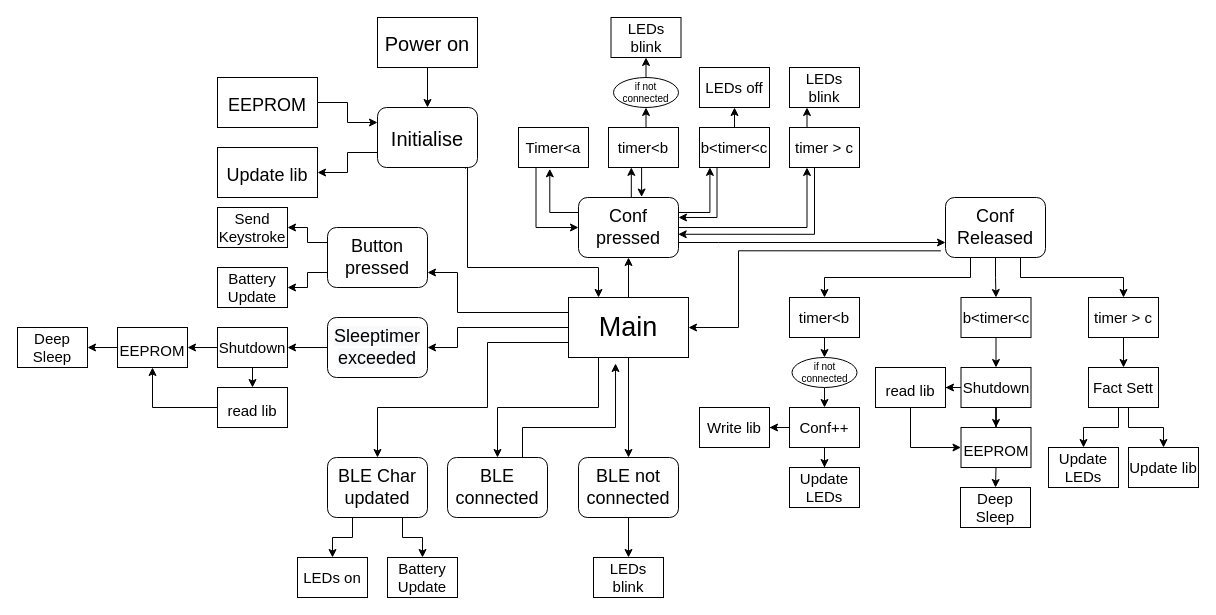
jornvdl/BUG keeps this draw.io diagram as ~Depr/Images/SoftwareSchematic.drawio. Above is the earlier version. Source tidied: cells renumbered, new cells numbered last; positions are measured from the earlier drawing's top-left corner, leaving out a move shared by most shapes. Both pictures are drawn from the tidied source at 100%, with x=0, y=0 at pixel (17, 17).
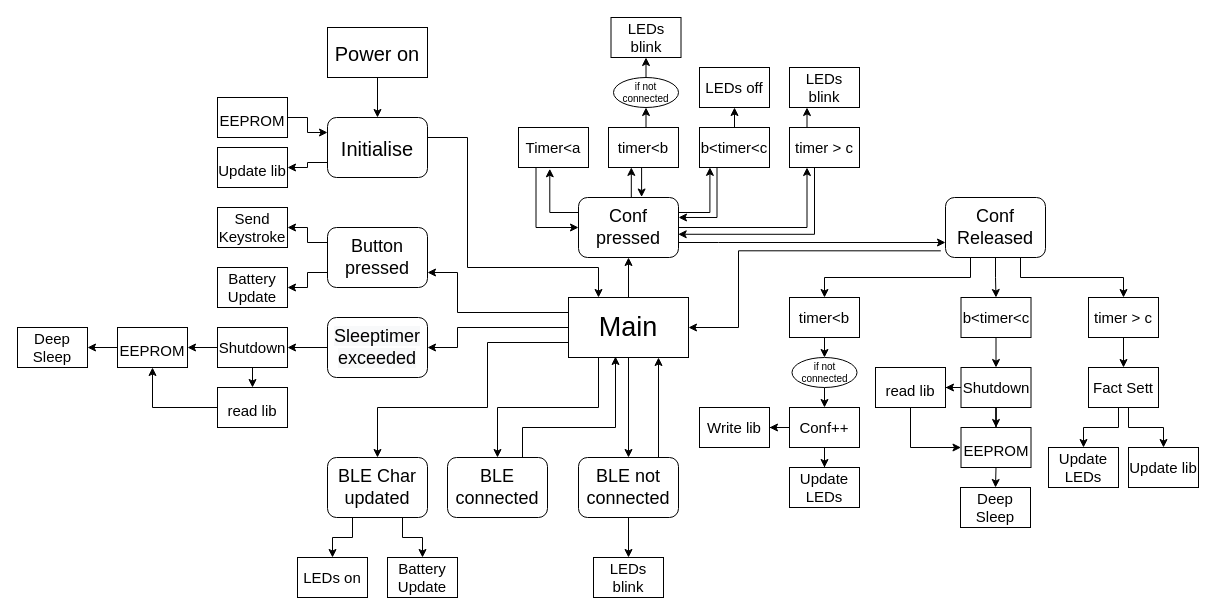
Above is the later version.

Unchanged cells that the change refers to:
```xml
<mxCell id="8" value="&lt;font style=&quot;font-size: 27px&quot;&gt;Main&lt;/font&gt;" style="rounded=0;whiteSpace=wrap;html=1;fontSize=27;" parent="1" vertex="1">
  <mxGeometry x="551" y="280" width="120" height="60" as="geometry" />
</mxCell>
<mxCell id="72" value="&lt;font style=&quot;font-size: 18px&quot;&gt;BLE connected&lt;/font&gt;" style="rounded=1;whiteSpace=wrap;html=1;fontSize=18;" parent="1" vertex="1">
  <mxGeometry x="430" y="440" width="100" height="60" as="geometry" />
</mxCell>
<mxCell id="74" value="&lt;font style=&quot;font-size: 18px&quot;&gt;BLE not connected&lt;/font&gt;" style="rounded=1;whiteSpace=wrap;html=1;fontSize=18;" parent="1" vertex="1">
  <mxGeometry x="561" y="440" width="100" height="60" as="geometry" />
</mxCell>
```

Diff of the diagram source:
```diff
@@
-    <mxCell id="10" style="edgeStyle=orthogonalEdgeStyle;rounded=0;jettySize=auto;html=1;exitX=0.88;exitY=1.019;exitDx=0;exitDy=0;entryX=0.25;entryY=0;entryDx=0;entryDy=0;fontSize=15;exitPerimeter=0;" parent="1" edge="1" source="11" target="8">
+    <mxCell id="10" style="edgeStyle=orthogonalEdgeStyle;rounded=0;jettySize=auto;html=1;exitX=1;exitY=0.5;exitDx=0;exitDy=0;entryX=0.25;entryY=0;entryDx=0;entryDy=0;fontSize=15;" parent="1" edge="1" source="11" target="8">
       <mxGeometry relative="1" as="geometry">
         <Array as="points">
-          <mxPoint x="448" y="150" />
-          <mxPoint x="450" y="150" />
+          <mxPoint x="450" y="120" />
           <mxPoint x="450" y="250" />
           <mxPoint x="581" y="250" />
         </Array>
       </mxGeometry>
     </mxCell>
     <mxCell id="11" value="&lt;font style=&quot;font-size: 20px&quot;&gt;Initialise&lt;/font&gt;" style="rounded=1;whiteSpace=wrap;html=1;fontSize=27;" parent="1" vertex="1">
-      <mxGeometry x="360" y="90" width="100" height="60" as="geometry" />
+      <mxGeometry x="310" y="100" width="100" height="60" as="geometry" />
     </mxCell>
@@
     <mxCell id="13" value="&lt;font style=&quot;font-size: 20px&quot;&gt;Power on&lt;/font&gt;" style="rounded=0;whiteSpace=wrap;html=1;fontSize=27;" parent="1" vertex="1">
-      <mxGeometry x="360" width="100" height="50" as="geometry" />
+      <mxGeometry x="310" y="10" width="100" height="50" as="geometry" />
     </mxCell>
@@
-    <mxCell id="15" value="&lt;font style=&quot;font-size: 18px&quot;&gt;EEPROM&lt;/font&gt;" style="rounded=0;whiteSpace=wrap;html=1;fontSize=27;" parent="1" vertex="1">
-      <mxGeometry x="200" y="60" width="100" height="50" as="geometry" />
+    <mxCell id="15" value="&lt;font style=&quot;font-size: 15px&quot;&gt;EEPROM&lt;/font&gt;" style="rounded=0;whiteSpace=wrap;html=1;fontSize=27;" parent="1" vertex="1">
+      <mxGeometry x="200" y="80" width="70" height="40" as="geometry" />
     </mxCell>
-    <mxCell id="16" value="&lt;font style=&quot;font-size: 18px&quot;&gt;Update lib&lt;/font&gt;" style="rounded=0;whiteSpace=wrap;html=1;fontSize=27;" parent="1" vertex="1">
-      <mxGeometry x="200" y="130" width="100" height="50" as="geometry" />
+    <mxCell id="16" value="&lt;font style=&quot;font-size: 15px&quot;&gt;Update lib&lt;/font&gt;" style="rounded=0;whiteSpace=wrap;html=1;fontSize=27;" parent="1" vertex="1">
+      <mxGeometry x="200" y="130" width="70" height="40" as="geometry" />
     </mxCell>
@@
-    <mxCell id="71" style="edgeStyle=orthogonalEdgeStyle;rounded=0;jettySize=auto;html=1;exitX=0.75;exitY=0;exitDx=0;exitDy=0;entryX=0.392;entryY=1.1;entryDx=0;entryDy=0;entryPerimeter=0;" parent="1" edge="1" source="72" target="8">
+    <mxCell id="71" style="edgeStyle=orthogonalEdgeStyle;rounded=0;jettySize=auto;html=1;exitX=0.75;exitY=0;exitDx=0;exitDy=0;" parent="1" edge="1" source="72">
       <mxGeometry relative="1" as="geometry">
+        <mxPoint x="598" y="339" as="targetPoint" />
         <Array as="points">
           <mxPoint x="505" y="410" />
           <mxPoint x="598" y="410" />
+          <mxPoint x="598" y="339" />
         </Array>
       </mxGeometry>
     </mxCell>
@@
+    <mxCell id="95" style="edgeStyle=orthogonalEdgeStyle;rounded=0;jettySize=auto;html=1;exitX=0.75;exitY=0;exitDx=0;exitDy=0;entryX=0.75;entryY=1;entryDx=0;entryDy=0;fontSize=15;" parent="1" edge="1" source="74" target="8">
+      <mxGeometry relative="1" as="geometry">
+        <Array as="points">
+          <mxPoint x="641" y="440" />
+        </Array>
+      </mxGeometry>
+    </mxCell>
```
